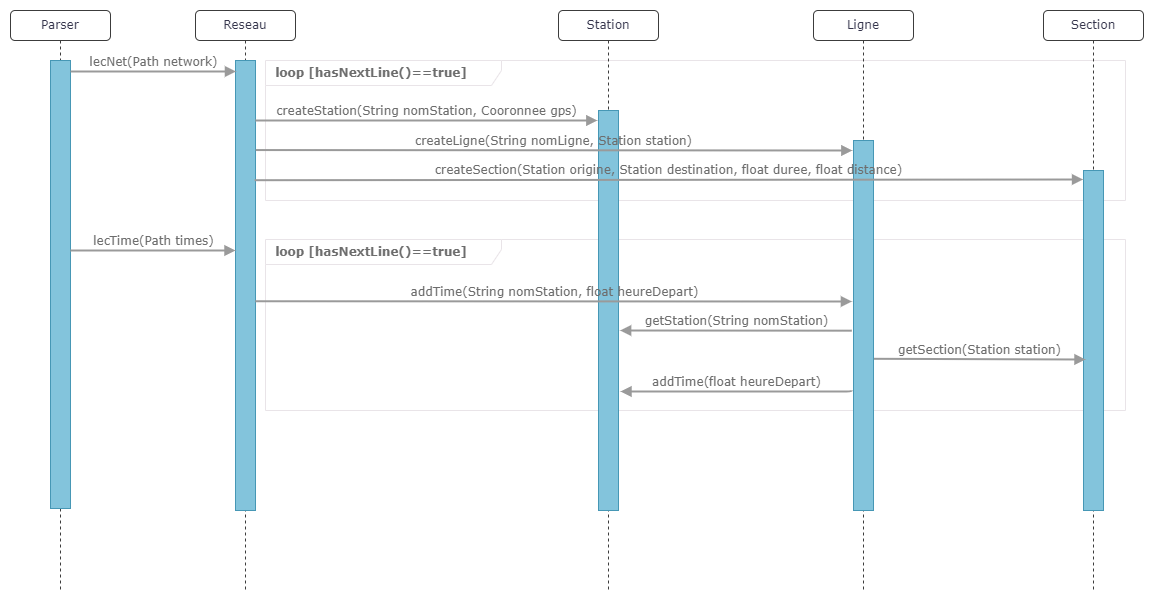
DanyHamimi/MapMyWay keeps this draw.io diagram as Diagrammes/Parsage.png. Above is the earlier version. Source tidied: cells renumbered, new cells last; positions are measured from the earlier drawing's top-left corner, leaving out a move shared by most shapes.
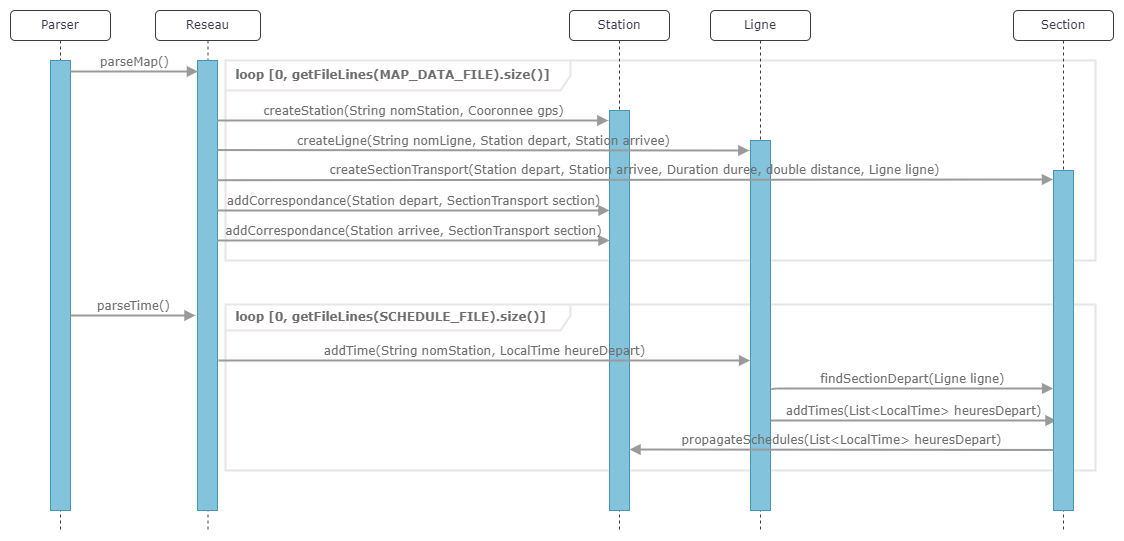
The same file after the commit.

Commit message:
Update diagrammes de séquence

What changed in the source:
```diff
@@ -3,45 +3,66 @@
     <mxCell id="0" />
     <mxCell id="1" parent="0" />
     <mxCell id="2" value="Reseau" style="shape=umlLifeline;perimeter=lifelinePerimeter;whiteSpace=wrap;html=1;rounded=1;shadow=0;comic=0;labelBackgroundColor=none;strokeWidth=1;fontFamily=Verdana;fontSize=12;align=center;size=30;strokeColor=#3c3c3c;fontColor=#35354c;" parent="1" vertex="1">
-      <mxGeometry x="185" width="100" height="580" as="geometry" />
+      <mxGeometry x="185" width="105" height="520" as="geometry" />
     </mxCell>
     <mxCell id="3" style="html=1;points=[];perimeter=orthogonalPerimeter;rounded=0;shadow=0;comic=0;labelBackgroundColor=none;strokeWidth=1;fontFamily=Verdana;fontSize=12;align=center;fillColor=#83c4dc;strokeColor=#4697b5;fontColor=default;glass=0;" parent="2" vertex="1">
-      <mxGeometry x="40" y="50" width="20" height="450" as="geometry" />
+      <mxGeometry x="42" y="50" width="20" height="450" as="geometry" />
     </mxCell>
-    <mxCell id="4" value="&lt;b&gt;&amp;nbsp; loop [hasNextLine()==true]&lt;/b&gt;" style="shape=umlFrame;whiteSpace=wrap;html=1;rounded=1;labelBackgroundColor=none;width=236;height=25;strokeColor=#e9e4e8;fontColor=#6d6d6d;align=left;fontFamily=Verdana;" parent="2" vertex="1">
-      <mxGeometry x="70" y="50" width="860" height="140" as="geometry" />
+    <mxCell id="4" value="&lt;b&gt;&amp;nbsp; loop [0, getFileLines(MAP_DATA_FILE).size()]&lt;/b&gt;" style="shape=umlFrame;whiteSpace=wrap;html=1;rounded=1;labelBackgroundColor=none;width=345;height=30;strokeColor=#e9e4e8;fontColor=#6d6d6d;align=left;fontFamily=Verdana;strokeWidth=2;" parent="2" vertex="1">
+      <mxGeometry x="70" y="50" width="870" height="200" as="geometry" />
     </mxCell>
-    <mxCell id="5" value="&lt;b&gt;&amp;nbsp; loop [hasNextLine()==true]&lt;/b&gt;" style="shape=umlFrame;whiteSpace=wrap;html=1;rounded=1;labelBackgroundColor=none;width=236;height=25;strokeColor=#e9e4e8;fontColor=#6d6d6d;align=left;fontFamily=Verdana;" parent="2" vertex="1">
-      <mxGeometry x="70" y="229" width="860" height="171" as="geometry" />
+    <mxCell id="5" value="&lt;b style=&quot;border-color: var(--border-color);&quot;&gt;&amp;nbsp; loop [0, getFileLines(SCHEDULE_FILE).size()]&lt;/b&gt;" style="shape=umlFrame;whiteSpace=wrap;html=1;rounded=1;labelBackgroundColor=none;width=345;height=26;strokeColor=#e9e4e8;fontColor=#6d6d6d;align=left;fontFamily=Verdana;strokeWidth=2;" parent="2" vertex="1">
+      <mxGeometry x="70" y="294" width="870" height="166" as="geometry" />
     </mxCell>
+    <mxCell id="23" value="addCorrespondance(Station depart,&amp;nbsp;SectionTransport section)" style="html=1;verticalAlign=bottom;endArrow=block;labelBackgroundColor=none;fontFamily=Verdana;fontSize=12;edgeStyle=elbowEdgeStyle;elbow=vertical;strokeColor=#9a9a9a;fontColor=#6d6d6d;fillColor=#bac8d3;strokeWidth=2;" parent="2" edge="1" target="8">
+      <mxGeometry relative="1" as="geometry">
+        <mxPoint x="62" y="200" as="sourcePoint" />
+        <Array as="points">
+          <mxPoint x="405" y="200" />
+        </Array>
+      </mxGeometry>
+    </mxCell>
+    <mxCell id="24" value="addCorrespondance(Station arrivee,&amp;nbsp;SectionTransport section)" style="html=1;verticalAlign=bottom;endArrow=block;labelBackgroundColor=none;fontFamily=Verdana;fontSize=12;edgeStyle=elbowEdgeStyle;elbow=vertical;strokeColor=#9a9a9a;fontColor=#6d6d6d;fillColor=#bac8d3;strokeWidth=2;" parent="2" edge="1">
+      <mxGeometry relative="1" as="geometry">
+        <mxPoint x="62" y="230" as="sourcePoint" />
+        <mxPoint x="454" y="230" as="targetPoint" />
+        <Array as="points">
+          <mxPoint x="405" y="230" />
+        </Array>
+      </mxGeometry>
+    </mxCell>
-    <mxCell id="6" value="addTime(float heureDepart)" style="html=1;verticalAlign=bottom;endArrow=block;labelBackgroundColor=none;fontFamily=Verdana;fontSize=12;edgeStyle=elbowEdgeStyle;elbow=vertical;strokeColor=#9a9a9a;fontColor=#6d6d6d;fillColor=#bac8d3;strokeWidth=2;exitX=-0.083;exitY=0.514;exitDx=0;exitDy=0;exitPerimeter=0;entryX=1.081;entryY=0.552;entryDx=0;entryDy=0;entryPerimeter=0;" parent="2" edge="1">
+    <mxCell id="6" value="addTimes(List&amp;lt;LocalTime&amp;gt; heuresDepart)" style="html=1;verticalAlign=bottom;endArrow=block;labelBackgroundColor=none;fontFamily=Verdana;fontSize=12;edgeStyle=elbowEdgeStyle;elbow=vertical;strokeColor=#9a9a9a;fontColor=#6d6d6d;fillColor=#bac8d3;strokeWidth=2;exitX=0.95;exitY=0.851;exitDx=0;exitDy=0;exitPerimeter=0;entryX=0.15;entryY=0.735;entryDx=0;entryDy=0;entryPerimeter=0;" parent="2" edge="1" target="15">
       <mxGeometry relative="1" as="geometry">
-        <mxPoint x="656" y="380" as="sourcePoint" />
-        <mxPoint x="425" y="381" as="targetPoint" />
+        <mxPoint x="615" y="410" as="sourcePoint" />
       </mxGeometry>
     </mxCell>
     <mxCell id="7" value="Station" style="shape=umlLifeline;perimeter=lifelinePerimeter;whiteSpace=wrap;html=1;rounded=1;shadow=0;comic=0;labelBackgroundColor=none;strokeWidth=1;fontFamily=Verdana;fontSize=12;align=center;size=30;fontColor=#35354c;strokeColor=#3c3c3c;" parent="1" vertex="1">
-      <mxGeometry x="548" width="100" height="580" as="geometry" />
+      <mxGeometry x="599" width="100" height="520" as="geometry" />
     </mxCell>
     <mxCell id="8" style="html=1;points=[];perimeter=orthogonalPerimeter;rounded=0;shadow=0;comic=0;labelBackgroundColor=none;strokeWidth=1;fontFamily=Verdana;fontSize=12;align=center;fillColor=#83c4dc;strokeColor=#4697b5;fontColor=default;glass=0;" parent="7" vertex="1">
       <mxGeometry x="40" y="100" width="20" height="400" as="geometry" />
     </mxCell>
     <mxCell id="9" value="Ligne" style="shape=umlLifeline;perimeter=lifelinePerimeter;whiteSpace=wrap;html=1;rounded=1;shadow=0;comic=0;labelBackgroundColor=none;strokeWidth=1;fontFamily=Verdana;fontSize=12;align=center;size=30;strokeColor=#3c3c3c;fontColor=#35354c;" parent="1" vertex="1">
-      <mxGeometry x="803" width="100" height="580" as="geometry" />
+      <mxGeometry x="740" width="100" height="520" as="geometry" />
     </mxCell>
+    <mxCell id="22" value="findSectionDepart(Ligne ligne)" style="html=1;verticalAlign=bottom;endArrow=block;labelBackgroundColor=none;fontFamily=Verdana;fontSize=12;edgeStyle=elbowEdgeStyle;elbow=vertical;strokeColor=#9a9a9a;fontColor=#6d6d6d;fillColor=#bac8d3;strokeWidth=2;entryX=-0.017;entryY=0.64;entryDx=0;entryDy=0;entryPerimeter=0;" parent="9" edge="1" target="15">
+      <mxGeometry relative="1" as="geometry">
+        <mxPoint x="61" y="379.3" as="sourcePoint" />
+      </mxGeometry>
+    </mxCell>
     <mxCell id="10" value="Section" style="shape=umlLifeline;perimeter=lifelinePerimeter;whiteSpace=wrap;html=1;rounded=1;shadow=0;comic=0;labelBackgroundColor=none;strokeWidth=1;fontFamily=Verdana;fontSize=12;align=center;size=30;strokeColor=#3c3c3c;fontColor=#35354c;" parent="1" vertex="1">
-      <mxGeometry x="1033" width="100" height="580" as="geometry" />
+      <mxGeometry x="1043" width="100" height="520" as="geometry" />
     </mxCell>
     <mxCell id="11" value="Parser" style="shape=umlLifeline;perimeter=lifelinePerimeter;whiteSpace=wrap;html=1;rounded=1;shadow=0;comic=0;labelBackgroundColor=none;strokeWidth=1;fontFamily=Verdana;fontSize=12;align=center;size=30;strokeColor=#3c3c3c;fontColor=#35354c;" parent="1" vertex="1">
-      <mxGeometry width="100" height="580" as="geometry" />
+      <mxGeometry x="40" width="100" height="520" as="geometry" />
     </mxCell>
     <mxCell id="12" style="html=1;points=[];perimeter=orthogonalPerimeter;rounded=0;shadow=0;comic=0;labelBackgroundColor=none;strokeWidth=1;fontFamily=Verdana;fontSize=12;align=center;fillColor=#83c4dc;strokeColor=#4697b5;glass=0;" parent="11" vertex="1">
-      <mxGeometry x="40" y="50" width="20" height="448" as="geometry" />
+      <mxGeometry x="40" y="50" width="20" height="450" as="geometry" />
     </mxCell>
     <mxCell id="13" style="html=1;points=[];perimeter=orthogonalPerimeter;rounded=0;shadow=0;comic=0;labelBackgroundColor=none;strokeWidth=1;fontFamily=Verdana;fontSize=12;align=center;fillColor=#83c4dc;strokeColor=#4697b5;fontColor=default;glass=0;" parent="1" vertex="1">
-      <mxGeometry x="843" y="130" width="20" height="370" as="geometry" />
+      <mxGeometry x="780" y="130" width="20" height="370" as="geometry" />
     </mxCell>
-    <mxCell id="14" value="createLigne(String nomLigne, Station station)" style="html=1;verticalAlign=bottom;endArrow=block;labelBackgroundColor=none;fontFamily=Verdana;fontSize=12;edgeStyle=elbowEdgeStyle;elbow=vertical;strokeColor=#9a9a9a;fontColor=#6d6d6d;fillColor=#bac8d3;strokeWidth=2;exitX=1.01;exitY=0.199;exitDx=0;exitDy=0;exitPerimeter=0;entryX=-0.057;entryY=0.027;entryDx=0;entryDy=0;entryPerimeter=0;" parent="1" edge="1" source="3" target="13">
+    <mxCell id="14" value="createLigne(String nomLigne, Station depart, Station arrivee)" style="html=1;verticalAlign=bottom;endArrow=block;labelBackgroundColor=none;fontFamily=Verdana;fontSize=12;edgeStyle=elbowEdgeStyle;elbow=vertical;strokeColor=#9a9a9a;fontColor=#6d6d6d;fillColor=#bac8d3;strokeWidth=2;exitX=1.01;exitY=0.199;exitDx=0;exitDy=0;exitPerimeter=0;entryX=-0.057;entryY=0.027;entryDx=0;entryDy=0;entryPerimeter=0;" parent="1" edge="1" source="3" target="13">
       <mxGeometry relative="1" as="geometry">
         <Array as="points">
           <mxPoint x="360" y="140" />
@@ -51,12 +72,12 @@
       </mxGeometry>
     </mxCell>
     <mxCell id="15" style="html=1;points=[];perimeter=orthogonalPerimeter;rounded=0;shadow=0;comic=0;labelBackgroundColor=none;strokeWidth=1;fontFamily=Verdana;fontSize=12;align=center;fillColor=#83c4dc;strokeColor=#4697b5;fontColor=default;glass=0;" parent="1" vertex="1">
-      <mxGeometry x="1073" y="160" width="20" height="340" as="geometry" />
+      <mxGeometry x="1083" y="160" width="20" height="340" as="geometry" />
     </mxCell>
-    <mxCell id="16" value="createSection(Station origine, Station destination, float duree, float distance)" style="html=1;verticalAlign=bottom;endArrow=block;entryX=-0.022;entryY=0.027;labelBackgroundColor=none;fontFamily=Verdana;fontSize=12;edgeStyle=elbowEdgeStyle;elbow=vertical;strokeColor=#9a9a9a;fontColor=#6d6d6d;fillColor=#bac8d3;strokeWidth=2;entryDx=0;entryDy=0;entryPerimeter=0;exitX=0.955;exitY=0.266;exitDx=0;exitDy=0;exitPerimeter=0;" parent="1" edge="1" source="3" target="15">
+    <mxCell id="16" value="createSectionTransport(Station depart, Station arrivee, Duration duree, double distance, Ligne ligne)" style="html=1;verticalAlign=bottom;endArrow=block;entryX=-0.022;entryY=0.027;labelBackgroundColor=none;fontFamily=Verdana;fontSize=12;edgeStyle=elbowEdgeStyle;elbow=vertical;strokeColor=#9a9a9a;fontColor=#6d6d6d;fillColor=#bac8d3;strokeWidth=2;entryDx=0;entryDy=0;entryPerimeter=0;exitX=0.955;exitY=0.266;exitDx=0;exitDy=0;exitPerimeter=0;" parent="1" edge="1" source="3" target="15">
       <mxGeometry relative="1" as="geometry" />
     </mxCell>
-    <mxCell id="17" value="lecNet(Path network)" style="html=1;verticalAlign=bottom;endArrow=block;labelBackgroundColor=none;fontFamily=Verdana;fontSize=12;edgeStyle=elbowEdgeStyle;elbow=vertical;strokeColor=#9a9a9a;fontColor=#6d6d6d;fillColor=#bac8d3;strokeWidth=2;entryX=0.024;entryY=0.024;entryDx=0;entryDy=0;entryPerimeter=0;" parent="1" edge="1" source="12" target="3">
+    <mxCell id="17" value="parseMap()" style="html=1;verticalAlign=bottom;endArrow=block;labelBackgroundColor=none;fontFamily=Verdana;fontSize=12;edgeStyle=elbowEdgeStyle;elbow=vertical;strokeColor=#9a9a9a;fontColor=#6d6d6d;fillColor=#bac8d3;strokeWidth=2;entryX=0.024;entryY=0.024;entryDx=0;entryDy=0;entryPerimeter=0;" parent="1" edge="1" source="12" target="3">
       <mxGeometry relative="1" as="geometry" />
     </mxCell>
     <mxCell id="18" value="createStation(String nomStation, Cooronnee gps)" style="html=1;verticalAlign=bottom;endArrow=block;labelBackgroundColor=none;fontFamily=Verdana;fontSize=12;edgeStyle=elbowEdgeStyle;elbow=vertical;strokeColor=#9a9a9a;fontColor=#6d6d6d;fillColor=#bac8d3;strokeWidth=2;entryX=-0.057;entryY=0.026;entryDx=0;entryDy=0;entryPerimeter=0;" parent="1" edge="1" source="3" target="8">
@@ -66,20 +87,18 @@
         </Array>
       </mxGeometry>
     </mxCell>
-    <mxCell id="19" value="lecTime(Path times)" style="html=1;verticalAlign=bottom;endArrow=block;labelBackgroundColor=none;fontFamily=Verdana;fontSize=12;edgeStyle=elbowEdgeStyle;elbow=vertical;strokeColor=#9a9a9a;fontColor=#6d6d6d;fillColor=#bac8d3;strokeWidth=2;entryX=0.024;entryY=0.024;entryDx=0;entryDy=0;entryPerimeter=0;" parent="1" edge="1">
+    <mxCell id="19" value="parseTime()" style="html=1;verticalAlign=bottom;endArrow=block;labelBackgroundColor=none;fontFamily=Verdana;fontSize=12;edgeStyle=elbowEdgeStyle;elbow=vertical;strokeColor=#9a9a9a;fontColor=#6d6d6d;fillColor=#bac8d3;strokeWidth=2;entryX=0.024;entryY=0.024;entryDx=0;entryDy=0;entryPerimeter=0;" parent="1" edge="1" source="12">
       <mxGeometry relative="1" as="geometry">
-        <mxPoint x="60" y="240" as="sourcePoint" />
-        <mxPoint x="225" y="240" as="targetPoint" />
+        <mxPoint x="225" y="305" as="targetPoint" />
       </mxGeometry>
     </mxCell>
-    <mxCell id="20" value="addTime(String nomStation, float heureDepart)" style="html=1;verticalAlign=bottom;endArrow=block;labelBackgroundColor=none;fontFamily=Verdana;fontSize=12;edgeStyle=elbowEdgeStyle;elbow=vertical;strokeColor=#9a9a9a;fontColor=#6d6d6d;fillColor=#bac8d3;strokeWidth=2;entryX=-0.079;entryY=0.436;entryDx=0;entryDy=0;entryPerimeter=0;exitX=0.99;exitY=0.535;exitDx=0;exitDy=0;exitPerimeter=0;" parent="1" edge="1" source="3" target="13">
-      <mxGeometry relative="1" as="geometry" />
+    <mxCell id="20" value="addTime(String nomStation, LocalTime heureDepart)" style="html=1;verticalAlign=bottom;endArrow=block;labelBackgroundColor=none;fontFamily=Verdana;fontSize=12;edgeStyle=elbowEdgeStyle;elbow=vertical;strokeColor=#9a9a9a;fontColor=#6d6d6d;fillColor=#bac8d3;strokeWidth=2;entryX=-0.021;entryY=0.596;entryDx=0;entryDy=0;entryPerimeter=0;" parent="1" edge="1" target="13">
+      <mxGeometry relative="1" as="geometry">
+        <mxPoint x="248" y="350" as="sourcePoint" />
+      </mxGeometry>
     </mxCell>
-    <mxCell id="21" value="getStation(String nomStation)" style="html=1;verticalAlign=bottom;endArrow=block;labelBackgroundColor=none;fontFamily=Verdana;fontSize=12;edgeStyle=elbowEdgeStyle;elbow=vertical;strokeColor=#9a9a9a;fontColor=#6d6d6d;fillColor=#bac8d3;strokeWidth=2;exitX=-0.083;exitY=0.514;exitDx=0;exitDy=0;exitPerimeter=0;entryX=1.081;entryY=0.552;entryDx=0;entryDy=0;entryPerimeter=0;" parent="1" edge="1" source="13" target="8">
-      <mxGeometry relative="1" as="geometry" />
-    </mxCell>
-    <mxCell id="22" value="getSection(Station station)" style="html=1;verticalAlign=bottom;endArrow=block;labelBackgroundColor=none;fontFamily=Verdana;fontSize=12;edgeStyle=elbowEdgeStyle;elbow=vertical;strokeColor=#9a9a9a;fontColor=#6d6d6d;fillColor=#bac8d3;strokeWidth=2;exitX=1.021;exitY=0.59;exitDx=0;exitDy=0;exitPerimeter=0;entryX=0.1;entryY=0.556;entryDx=0;entryDy=0;entryPerimeter=0;" parent="1" edge="1" source="13" target="15">
-      <mxGeometry relative="1" as="geometry" />
-    </mxCell>
+    <mxCell id="25" value="propagateSchedules(List&amp;lt;LocalTime&amp;gt; heuresDepart)" style="html=1;verticalAlign=bottom;endArrow=block;labelBackgroundColor=none;fontFamily=Verdana;fontSize=12;edgeStyle=elbowEdgeStyle;elbow=vertical;strokeColor=#9a9a9a;fontColor=#6d6d6d;fillColor=#bac8d3;strokeWidth=2;exitX=-0.017;exitY=0.822;exitDx=0;exitDy=0;exitPerimeter=0;" parent="1" edge="1" source="15" target="8">
+      <mxGeometry relative="1" as="geometry" />
+    </mxCell>
   </root>
 </mxGraphModel>
```
